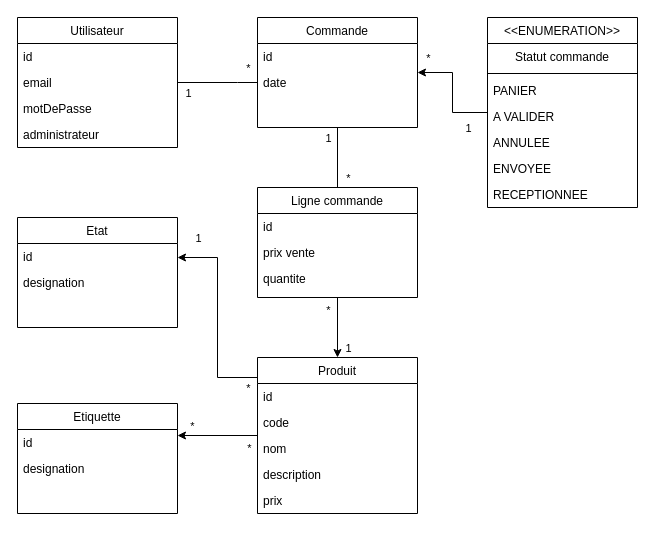
Earlier version of the draw.io diagram src/doc/UML diagrame de classe cours spring TD.drawio (fbansept/cours_fil_rouge_spring_3_TD). Source tidied: cells renumbered, new cells numbered last; positions are measured from the earlier drawing's top-left corner, leaving out a move shared by most shapes. Both pictures are drawn from the tidied source at 100%, with x=0, y=0 at pixel (17, 17).
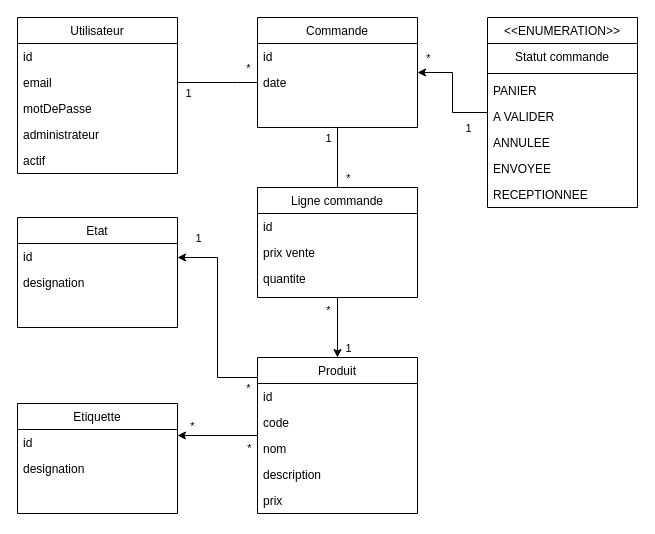
The same page after the edit.

Change to the diagram source:
```diff
@@
     <mxCell id="2" value="Utilisateur" style="swimlane;fontStyle=0;align=center;verticalAlign=top;horizontal=1;startSize=26;rounded=0;shadow=0;strokeWidth=1;" parent="1" vertex="1">
-      <mxGeometry width="160" height="130" as="geometry" />
+      <mxGeometry width="160" height="156" as="geometry" />
     </mxCell>
@@
+    <mxCell id="52" value="actif" style="text;align=left;verticalAlign=top;spacingLeft=4;spacingRight=4;overflow=hidden;rounded=0;shadow=0;html=0;" parent="2" vertex="1">
+      <mxGeometry y="130" width="160" height="26" as="geometry" />
+    </mxCell>
```
